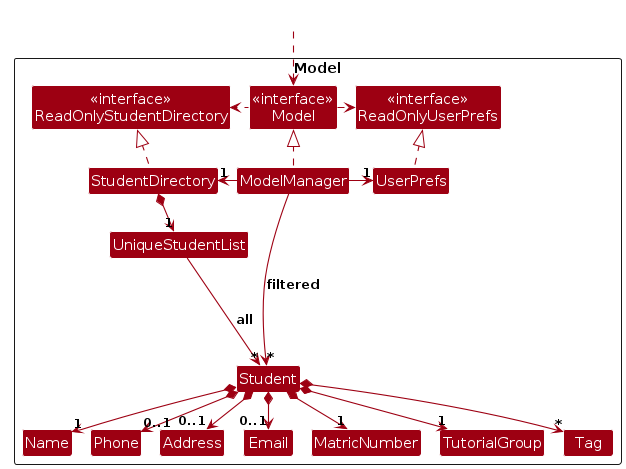
This is diagrams/ModelClassDiagram.png from AY2627S1-CS2103T-T13-4/tp, a PlantUML export, as it was before one commit. Its source is kept beside it as diagrams/ModelClassDiagram.puml.
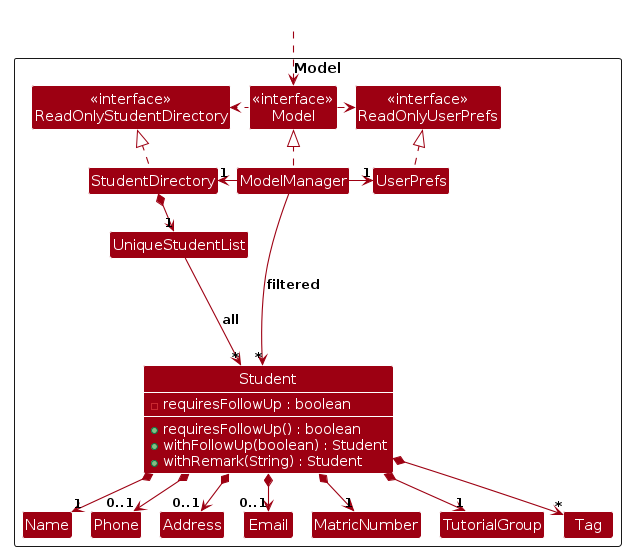
The same file after the commit.

What changed in the source:
```diff
@@ -4,6 +4,7 @@
 skinparam arrowThickness 1.1
 skinparam arrowColor MODEL_COLOR
 skinparam classBackgroundColor MODEL_COLOR
+skinparam classAttributeFontColor #FFFFFF
 
 Package Model as ModelPackage <<Rectangle>>{
 Class "<<interface>>\nReadOnlyStudentDirectory" as ReadOnlyStudentDirectory
@@ -14,7 +15,13 @@
 Class UserPrefs
 
 Class UniqueStudentList
-Class Student
+Class Student {
+  -requiresFollowUp : boolean
+  +requiresFollowUp() : boolean
+  +withFollowUp(boolean) : Student
+  +withRemark(String) : Student
+}
+show Student members
 Class Address
 Class Email
 Class Name
```
